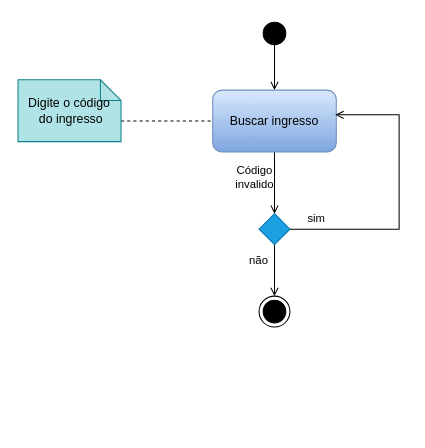
The draw.io diagram Diagrama de atividades - Buscar ingressos.drawio in JudilenaGalvao/Projeto-POO, before the edit. Source tidied: cells renumbered, new cells numbered last; positions are measured from the earlier drawing's top-left corner, leaving out a move shared by most shapes. Both pictures are drawn from the tidied source at 103%, with x=0, y=0 at pixel (18, 18).
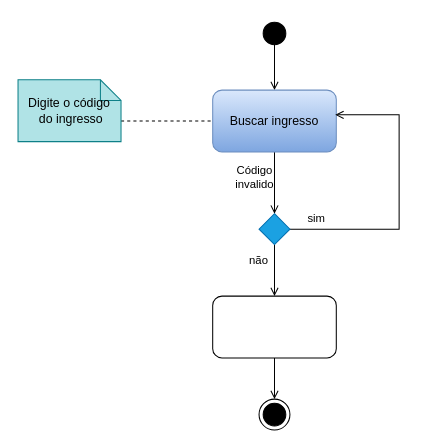
After the change.

What changed in the source:
```diff
@@
 <mxGraphModel>
   <root>
     <mxCell id="0" />
     <mxCell id="1" parent="0" />
     <mxCell id="2" style="edgeStyle=orthogonalEdgeStyle;rounded=0;jettySize=auto;html=1;exitX=0.5;exitY=0.8;exitDx=0;exitDy=0;entryX=0.5;entryY=0;entryDx=0;entryDy=0;exitPerimeter=0;endArrow=open;endFill=0;" parent="1" edge="1" source="3" target="5">
       <mxGeometry relative="1" as="geometry" />
     </mxCell>
     <mxCell id="3" style="ellipse;html=1;shape=startState;fillColor=#000000;strokeColor=#000000;" parent="1" vertex="1">
       <mxGeometry x="234" width="30" height="30" as="geometry" />
     </mxCell>
     <mxCell id="4" style="edgeStyle=orthogonalEdgeStyle;rounded=0;jettySize=auto;html=1;exitX=0.5;exitY=1;exitDx=0;exitDy=0;entryX=0.5;entryY=0;entryDx=0;entryDy=0;endArrow=open;endFill=0;" parent="1" edge="1" source="5" target="10">
       <mxGeometry relative="1" as="geometry" />
     </mxCell>
     <mxCell id="5" value="Buscar ingresso" style="rounded=1;whiteSpace=wrap;html=1;fillColor=#dae8fc;gradientColor=#7ea6e0;strokeColor=#6c8ebf;" parent="1" vertex="1">
       <mxGeometry x="189" y="70" width="120" height="60" as="geometry" />
     </mxCell>
     <mxCell id="6" style="edgeStyle=orthogonalEdgeStyle;rounded=0;jettySize=auto;html=1;exitX=0;exitY=0;exitDx=100;exitDy=40;exitPerimeter=0;entryX=0;entryY=0.5;entryDx=0;entryDy=0;endArrow=none;endFill=0;dashed=1;" parent="1" edge="1" source="7" target="5">
       <mxGeometry relative="1" as="geometry" />
     </mxCell>
     <mxCell id="7" value="Digite o código&lt;br style=&quot;border-color: var(--border-color);&quot;&gt;&lt;span style=&quot;&quot;&gt;&amp;nbsp;do ingresso&lt;/span&gt;" style="shape=note;size=20;whiteSpace=wrap;html=1;fillColor=#b0e3e6;strokeColor=#0e8088;" parent="1" vertex="1">
       <mxGeometry y="60" width="100" height="60" as="geometry" />
     </mxCell>
     <mxCell id="8" style="edgeStyle=orthogonalEdgeStyle;shape=connector;rounded=0;jettySize=auto;html=1;exitX=1;exitY=0.5;exitDx=0;exitDy=0;entryX=0.992;entryY=0.4;entryDx=0;entryDy=0;entryPerimeter=0;labelBackgroundColor=default;strokeColor=default;fontFamily=Helvetica;fontSize=11;fontColor=default;endArrow=open;endFill=0;" parent="1" edge="1" source="10" target="5">
       <mxGeometry relative="1" as="geometry">
         <Array as="points">
           <mxPoint x="370" y="205" />
           <mxPoint x="370" y="94" />
         </Array>
       </mxGeometry>
     </mxCell>
     <mxCell id="9" style="edgeStyle=orthogonalEdgeStyle;shape=connector;rounded=0;jettySize=auto;html=1;exitX=0.5;exitY=1;exitDx=0;exitDy=0;entryX=0.5;entryY=0;entryDx=0;entryDy=0;labelBackgroundColor=default;strokeColor=default;fontFamily=Helvetica;fontSize=11;fontColor=default;endArrow=open;endFill=0;" parent="1" edge="1" source="10">
       <mxGeometry relative="1" as="geometry">
         <mxPoint x="249" y="270" as="targetPoint" />
       </mxGeometry>
     </mxCell>
     <mxCell id="10" style="rhombus;whiteSpace=wrap;html=1;fillColor=#1ba1e2;strokeColor=#006EAF;fontColor=#ffffff;" parent="1" vertex="1">
       <mxGeometry x="234" y="190" width="30" height="30" as="geometry" />
     </mxCell>
     <mxCell id="11" value="Código invalido" style="text;html=1;strokeColor=none;fillColor=none;align=center;verticalAlign=middle;whiteSpace=wrap;rounded=0;fontSize=11;fontFamily=Helvetica;fontColor=default;" parent="1" vertex="1">
       <mxGeometry x="200" y="140" width="60" height="30" as="geometry" />
     </mxCell>
     <mxCell id="12" value="sim" style="text;html=1;strokeColor=none;fillColor=none;align=center;verticalAlign=middle;whiteSpace=wrap;rounded=0;fontSize=11;fontFamily=Helvetica;fontColor=default;" parent="1" vertex="1">
       <mxGeometry x="260" y="180" width="60" height="30" as="geometry" />
     </mxCell>
     <mxCell id="13" value="não" style="text;html=1;strokeColor=none;fillColor=none;align=center;verticalAlign=middle;whiteSpace=wrap;rounded=0;fontSize=11;fontFamily=Helvetica;fontColor=default;" parent="1" vertex="1">
       <mxGeometry x="204" y="220" width="60" height="30" as="geometry" />
     </mxCell>
-    <mxCell id="14" style="ellipse;html=1;shape=endState;fillColor=#000000;strokeColor=#000000;fontFamily=Helvetica;fontSize=11;fontColor=default;" parent="1" vertex="1">
-      <mxGeometry x="234" y="270" width="30" height="30" as="geometry" />
+    <mxCell id="14" style="ellipse;html=1;shape=endState;fillColor=#000000;strokeColor=#000000;fontFamily=Helvetica;fontSize=11;fontColor=default;direction=south;" parent="1" vertex="1">
+      <mxGeometry x="234" y="370" width="30" height="30" as="geometry" />
     </mxCell>
+    <mxCell id="15" style="edgeStyle=orthogonalEdgeStyle;rounded=0;jettySize=auto;html=1;exitX=0.5;exitY=1;exitDx=0;exitDy=0;entryX=0;entryY=0.5;entryDx=0;entryDy=0;endArrow=open;endFill=0;" parent="1" edge="1" source="16" target="14">
+      <mxGeometry relative="1" as="geometry" />
+    </mxCell>
+    <mxCell id="16" style="rounded=1;whiteSpace=wrap;html=1;" parent="1" vertex="1">
+      <mxGeometry x="189" y="270" width="120" height="60" as="geometry" />
+    </mxCell>
   </root>
 </mxGraphModel>
```
